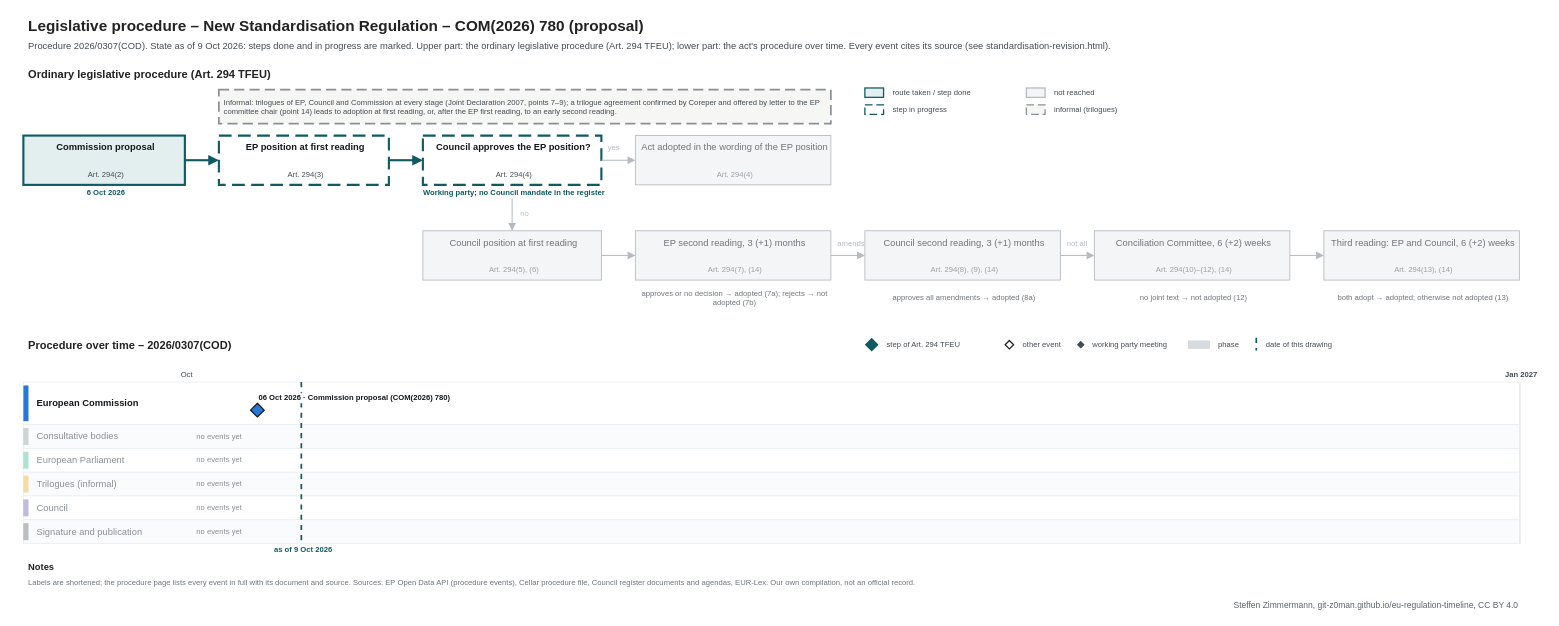
Before: procedures/standardisation-revision.drawio in git-z0man/eu-regulation-timeline, a draw.io diagram. Source tidied: cells renumbered, new cells numbered last; positions are measured from the earlier drawing's top-left corner, leaving out a move shared by most shapes. Both pictures are drawn from the tidied source at 85%, with x=0, y=0 at pixel (14, 14).
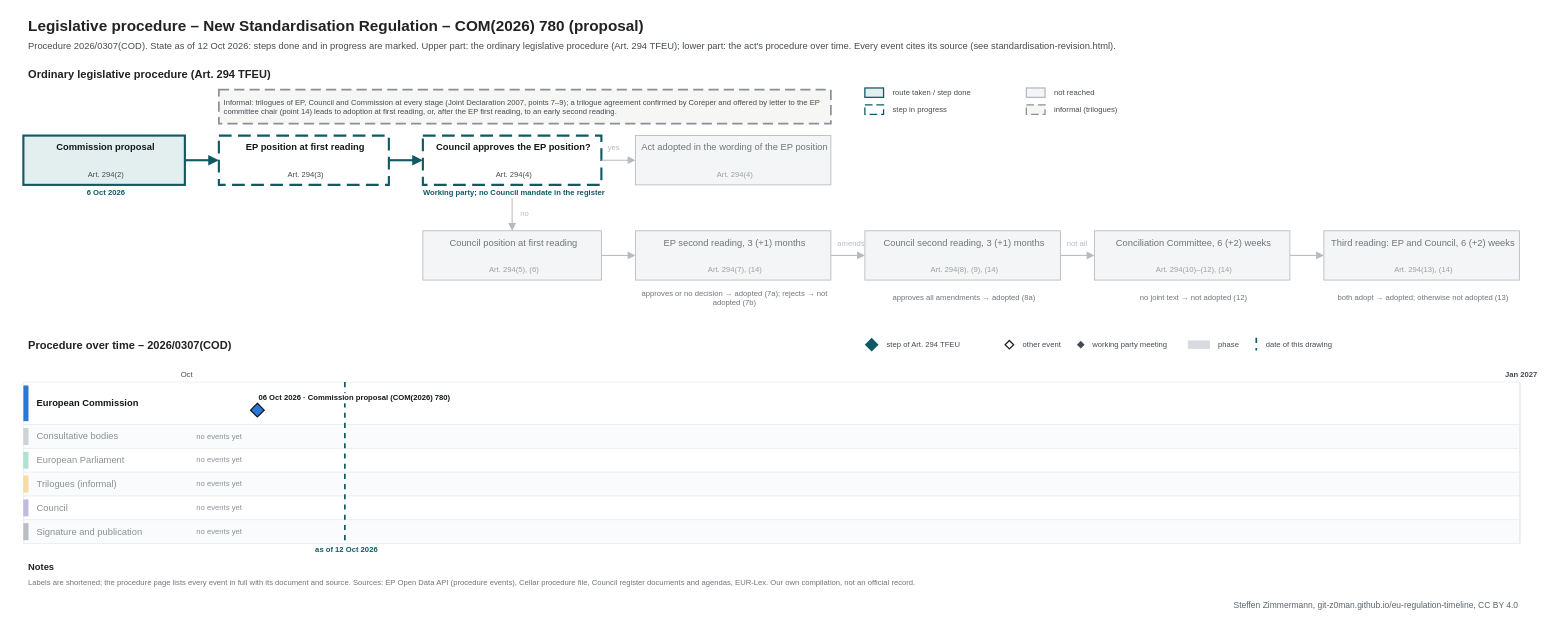
After the change.

Diff of the diagram source:
```diff
@@
-    <mxCell id="3" value="Procedure 2026/0307(COD). State as of 9 Oct 2026: steps done and in progress are marked. Upper part: the ordinary legislative procedure (Art. 294 TFEU); lower part: the act's procedure over time. Every event cites its source (see standardisation-revision.html)." style="text;html=1;fontSize=11;fontColor=#454c53;align=left;verticalAlign=middle;spacingLeft=4;" parent="1" vertex="1">
+    <mxCell id="3" value="Procedure 2026/0307(COD). State as of 12 Oct 2026: steps done and in progress are marked. Upper part: the ordinary legislative procedure (Art. 294 TFEU); lower part: the act's procedure over time. Every event cites its source (see standardisation-revision.html)." style="text;html=1;fontSize=11;fontColor=#454c53;align=left;verticalAlign=middle;spacingLeft=4;" parent="1" vertex="1">
       <mxGeometry x="10" y="28" width="1700" height="18" as="geometry" />
     </mxCell>
@@
     <mxCell id="100" style="line;html=1;strokeWidth=2;strokeColor=#0f5a63;direction=south;dashed=1;" parent="1" vertex="1">
-      <mxGeometry x="336.5" y="432" width="1" height="190" as="geometry" />
+      <mxGeometry x="387.7" y="432" width="1" height="190" as="geometry" />
     </mxCell>
-    <mxCell id="101" value="as of 9 Oct 2026" style="text;html=1;fontSize=9;fontColor=#0f5a63;align=center;verticalAlign=middle;spacingLeft=4;fontStyle=1;" parent="1" vertex="1">
-      <mxGeometry x="276.5" y="623" width="120" height="12" as="geometry" />
+    <mxCell id="101" value="as of 12 Oct 2026" style="text;html=1;fontSize=9;fontColor=#0f5a63;align=center;verticalAlign=middle;spacingLeft=4;fontStyle=1;" parent="1" vertex="1">
+      <mxGeometry x="327.7" y="623" width="120" height="12" as="geometry" />
     </mxCell>
```
